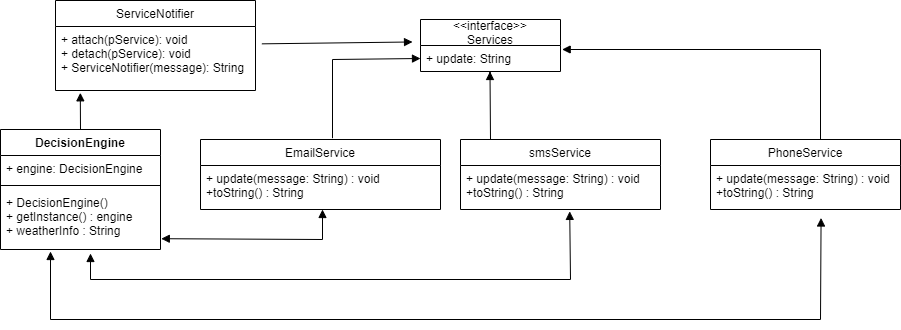
Earlier version of the draw.io export WeatherAlert2.png (jaypatel815/WeatherAlert2). Source tidied: cells renumbered, new cells last; positions are measured from the earlier drawing's top-left corner, leaving out a move shared by most shapes. The source it was exported from:
```xml
<mxGraphModel>
  <root>
    <mxCell id="0" />
    <mxCell id="1" parent="0" />
    <mxCell id="2" value="&lt;&lt;interface&gt;&gt;&#10;Services" style="swimlane;fontStyle=0;horizontal=1;startSize=26;fillColor=none;" parent="1" vertex="1">
      <mxGeometry x="420" y="19" width="140" height="52" as="geometry" />
    </mxCell>
    <mxCell id="3" value="+ update: String" style="text;strokeColor=none;fillColor=none;align=left;verticalAlign=top;spacingLeft=4;spacingRight=4;overflow=hidden;points=[[0,0.5],[1,0.5]];portConstraint=eastwest;" parent="2" vertex="1">
      <mxGeometry y="26" width="140" height="26" as="geometry" />
    </mxCell>
    <mxCell id="4" value="EmailService" style="swimlane;fontStyle=0;horizontal=1;startSize=26;fillColor=none;" parent="1" vertex="1">
      <mxGeometry x="200" y="139" width="240" height="70" as="geometry" />
    </mxCell>
    <mxCell id="5" value="+ update(message: String) : void&#10;+toString() : String" style="text;strokeColor=none;fillColor=none;align=left;verticalAlign=top;spacingLeft=4;spacingRight=4;overflow=hidden;" parent="4" vertex="1">
      <mxGeometry y="26" width="240" height="44" as="geometry" />
    </mxCell>
    <mxCell id="6" style="endArrow=block;startArrow=block;endFill=1;startFill=1;html=1;rounded=0;entryX=0.582;entryY=1.193;entryDx=0;entryDy=0;entryPerimeter=0;" parent="1" edge="1" target="19">
      <mxGeometry relative="1" as="geometry">
        <mxPoint x="50" y="251" as="sourcePoint" />
        <Array as="points">
          <mxPoint x="50" y="319" />
          <mxPoint x="820" y="319" />
        </Array>
      </mxGeometry>
    </mxCell>
    <mxCell id="7" style="endArrow=block;startArrow=block;endFill=1;startFill=1;html=1;rounded=0;entryX=0.546;entryY=1.043;entryDx=0;entryDy=0;entryPerimeter=0;" parent="1" edge="1" target="21">
      <mxGeometry relative="1" as="geometry">
        <mxPoint x="90" y="253" as="sourcePoint" />
        <Array as="points">
          <mxPoint x="90" y="279" />
          <mxPoint x="570" y="279" />
        </Array>
      </mxGeometry>
    </mxCell>
    <mxCell id="8" style="endArrow=block;startArrow=block;endFill=1;startFill=1;html=1;rounded=0;exitX=1.005;exitY=0.82;exitDx=0;exitDy=0;exitPerimeter=0;" parent="1" edge="1" source="17">
      <mxGeometry relative="1" as="geometry">
        <mxPoint x="322" y="209" as="targetPoint" />
        <Array as="points">
          <mxPoint x="322" y="239" />
        </Array>
      </mxGeometry>
    </mxCell>
    <mxCell id="9" style="html=1;verticalAlign=bottom;endArrow=block;exitX=0.55;exitY=-0.019;exitDx=0;exitDy=0;exitPerimeter=0;entryX=0;entryY=0.5;entryDx=0;entryDy=0;rounded=0;" parent="1" edge="1" source="4" target="3">
      <mxGeometry relative="1" as="geometry">
        <Array as="points">
          <mxPoint x="332" y="59" />
        </Array>
      </mxGeometry>
    </mxCell>
    <mxCell id="10" style="html=1;verticalAlign=bottom;endArrow=block;rounded=0;entryX=1.012;entryY=0.154;entryDx=0;entryDy=0;entryPerimeter=0;" parent="1" edge="1" target="3">
      <mxGeometry relative="1" as="geometry">
        <mxPoint x="820" y="139" as="sourcePoint" />
        <Array as="points">
          <mxPoint x="820" y="49" />
        </Array>
      </mxGeometry>
    </mxCell>
    <mxCell id="11" style="html=1;verticalAlign=bottom;endArrow=block;rounded=0;" parent="1" edge="1">
      <mxGeometry relative="1" as="geometry">
        <mxPoint x="490" y="139" as="sourcePoint" />
        <mxPoint x="489.5" y="71" as="targetPoint" />
        <Array as="points">
          <mxPoint x="489.5" y="72" />
        </Array>
      </mxGeometry>
    </mxCell>
    <mxCell id="12" value="ServiceNotifier" style="swimlane;fontStyle=0;horizontal=1;startSize=26;fillColor=none;" parent="1" vertex="1">
      <mxGeometry x="55" width="200" height="90" as="geometry" />
    </mxCell>
    <mxCell id="13" value="+ attach(pService): void&#10;+ detach(pService): void&#10;+ ServiceNotifier(message): String" style="text;strokeColor=none;fillColor=none;align=left;verticalAlign=top;spacingLeft=4;spacingRight=4;overflow=hidden;points=[[0,0.5],[1,0.5]];portConstraint=eastwest;" parent="12" vertex="1">
      <mxGeometry y="26" width="200" height="64" as="geometry" />
    </mxCell>
    <mxCell id="14" value="DecisionEngine" style="swimlane;fontStyle=1;align=center;verticalAlign=top;horizontal=1;startSize=26;" parent="1" vertex="1">
      <mxGeometry y="129" width="160" height="120" as="geometry" />
    </mxCell>
    <mxCell id="15" value="+ engine: DecisionEngine" style="text;strokeColor=none;fillColor=none;align=left;verticalAlign=top;spacingLeft=4;spacingRight=4;overflow=hidden;" parent="14" vertex="1">
      <mxGeometry y="26" width="160" height="26" as="geometry" />
    </mxCell>
    <mxCell id="16" style="line;strokeWidth=1;fillColor=none;align=left;verticalAlign=middle;spacingTop=-1;spacingLeft=3;spacingRight=3;labelPosition=right;" parent="14" vertex="1">
      <mxGeometry y="52" width="160" height="8" as="geometry" />
    </mxCell>
    <mxCell id="17" value="+ DecisionEngine()&#10;+ getInstance() : engine&#10;+ weatherInfo : String" style="text;strokeColor=none;fillColor=none;align=left;verticalAlign=top;spacingLeft=4;spacingRight=4;overflow=hidden;points=[[0,0.5],[1,0.5]];portConstraint=eastwest;" parent="14" vertex="1">
      <mxGeometry y="60" width="160" height="60" as="geometry" />
    </mxCell>
    <mxCell id="18" value="PhoneService" style="swimlane;fontStyle=0;horizontal=1;startSize=26;fillColor=none;" parent="1" vertex="1">
      <mxGeometry x="710" y="139" width="190" height="70" as="geometry" />
    </mxCell>
    <mxCell id="19" value="+ update(message: String) : void&#10;+toString() : String" style="text;strokeColor=none;fillColor=none;align=left;verticalAlign=top;spacingLeft=4;spacingRight=4;overflow=hidden;points=[[0,0.5],[1,0.5]];portConstraint=eastwest;" parent="18" vertex="1">
      <mxGeometry y="26" width="190" height="44" as="geometry" />
    </mxCell>
    <mxCell id="20" value="smsService" style="swimlane;fontStyle=0;horizontal=1;startSize=26;fillColor=none;" parent="1" vertex="1">
      <mxGeometry x="460" y="139" width="200" height="70" as="geometry" />
    </mxCell>
    <mxCell id="21" value="+ update(message: String) : void&#10;+toString() : String" style="text;strokeColor=none;fillColor=none;align=left;verticalAlign=top;spacingLeft=4;spacingRight=4;overflow=hidden;points=[[0,0.5],[1,0.5]];portConstraint=eastwest;" parent="20" vertex="1">
      <mxGeometry y="26" width="200" height="44" as="geometry" />
    </mxCell>
    <mxCell id="22" style="html=1;verticalAlign=bottom;endArrow=block;exitX=0.5;exitY=0;exitDx=0;exitDy=0;entryX=0.124;entryY=1.036;entryDx=0;entryDy=0;entryPerimeter=0;" parent="1" edge="1" source="14" target="13">
      <mxGeometry relative="1" as="geometry" />
    </mxCell>
    <mxCell id="23" style="html=1;verticalAlign=bottom;endArrow=block;exitX=1.032;exitY=0.271;exitDx=0;exitDy=0;entryX=-0.057;entryY=-0.136;entryDx=0;entryDy=0;entryPerimeter=0;exitPerimeter=0;" parent="1" edge="1" source="13" target="3">
      <mxGeometry relative="1" as="geometry" />
    </mxCell>
  </root>
</mxGraphModel>
```
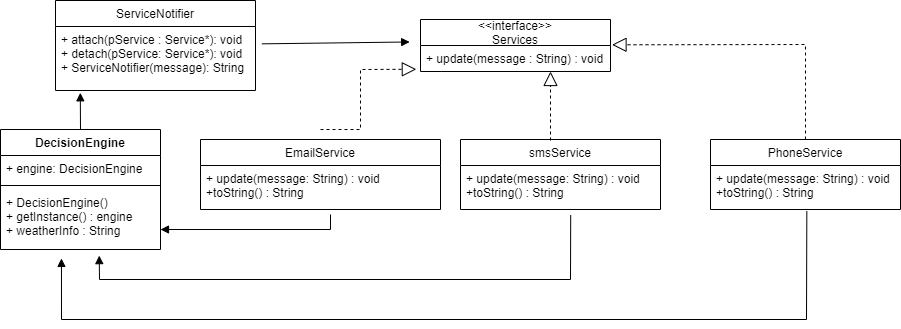
After the commit.

Commit message:
Updated UML diagram

What changed in the source:
```diff
@@ -3,10 +3,10 @@
     <mxCell id="0" />
     <mxCell id="1" parent="0" />
     <mxCell id="2" value="&lt;&lt;interface&gt;&gt;&#10;Services" style="swimlane;fontStyle=0;horizontal=1;startSize=26;fillColor=none;" parent="1" vertex="1">
-      <mxGeometry x="420" y="19" width="140" height="52" as="geometry" />
+      <mxGeometry x="420" y="19" width="190" height="52" as="geometry" />
     </mxCell>
-    <mxCell id="3" value="+ update: String" style="text;strokeColor=none;fillColor=none;align=left;verticalAlign=top;spacingLeft=4;spacingRight=4;overflow=hidden;points=[[0,0.5],[1,0.5]];portConstraint=eastwest;" parent="2" vertex="1">
-      <mxGeometry y="26" width="140" height="26" as="geometry" />
+    <mxCell id="3" value="+ update(message : String) : void" style="text;strokeColor=none;fillColor=none;align=left;verticalAlign=top;spacingLeft=4;spacingRight=4;overflow=hidden;points=[[0,0.5],[1,0.5]];portConstraint=eastwest;" parent="2" vertex="1">
+      <mxGeometry y="26" width="190" height="26" as="geometry" />
     </mxCell>
     <mxCell id="4" value="EmailService" style="swimlane;fontStyle=0;horizontal=1;startSize=26;fillColor=none;" parent="1" vertex="1">
       <mxGeometry x="200" y="139" width="240" height="70" as="geometry" />
@@ -14,60 +14,10 @@
     <mxCell id="5" value="+ update(message: String) : void&#10;+toString() : String" style="text;strokeColor=none;fillColor=none;align=left;verticalAlign=top;spacingLeft=4;spacingRight=4;overflow=hidden;" parent="4" vertex="1">
       <mxGeometry y="26" width="240" height="44" as="geometry" />
     </mxCell>
-    <mxCell id="6" style="endArrow=block;startArrow=block;endFill=1;startFill=1;html=1;rounded=0;entryX=0.582;entryY=1.193;entryDx=0;entryDy=0;entryPerimeter=0;" parent="1" edge="1" target="19">
-      <mxGeometry relative="1" as="geometry">
-        <mxPoint x="50" y="251" as="sourcePoint" />
-        <Array as="points">
-          <mxPoint x="50" y="319" />
-          <mxPoint x="820" y="319" />
-        </Array>
-      </mxGeometry>
-    </mxCell>
-    <mxCell id="7" style="endArrow=block;startArrow=block;endFill=1;startFill=1;html=1;rounded=0;entryX=0.546;entryY=1.043;entryDx=0;entryDy=0;entryPerimeter=0;" parent="1" edge="1" target="21">
-      <mxGeometry relative="1" as="geometry">
-        <mxPoint x="90" y="253" as="sourcePoint" />
-        <Array as="points">
-          <mxPoint x="90" y="279" />
-          <mxPoint x="570" y="279" />
-        </Array>
-      </mxGeometry>
-    </mxCell>
-    <mxCell id="8" style="endArrow=block;startArrow=block;endFill=1;startFill=1;html=1;rounded=0;exitX=1.005;exitY=0.82;exitDx=0;exitDy=0;exitPerimeter=0;" parent="1" edge="1" source="17">
-      <mxGeometry relative="1" as="geometry">
-        <mxPoint x="322" y="209" as="targetPoint" />
-        <Array as="points">
-          <mxPoint x="322" y="239" />
-        </Array>
-      </mxGeometry>
-    </mxCell>
-    <mxCell id="9" style="html=1;verticalAlign=bottom;endArrow=block;exitX=0.55;exitY=-0.019;exitDx=0;exitDy=0;exitPerimeter=0;entryX=0;entryY=0.5;entryDx=0;entryDy=0;rounded=0;" parent="1" edge="1" source="4" target="3">
-      <mxGeometry relative="1" as="geometry">
-        <Array as="points">
-          <mxPoint x="332" y="59" />
-        </Array>
-      </mxGeometry>
-    </mxCell>
-    <mxCell id="10" style="html=1;verticalAlign=bottom;endArrow=block;rounded=0;entryX=1.012;entryY=0.154;entryDx=0;entryDy=0;entryPerimeter=0;" parent="1" edge="1" target="3">
-      <mxGeometry relative="1" as="geometry">
-        <mxPoint x="820" y="139" as="sourcePoint" />
-        <Array as="points">
-          <mxPoint x="820" y="49" />
-        </Array>
-      </mxGeometry>
-    </mxCell>
-    <mxCell id="11" style="html=1;verticalAlign=bottom;endArrow=block;rounded=0;" parent="1" edge="1">
-      <mxGeometry relative="1" as="geometry">
-        <mxPoint x="490" y="139" as="sourcePoint" />
-        <mxPoint x="489.5" y="71" as="targetPoint" />
-        <Array as="points">
-          <mxPoint x="489.5" y="72" />
-        </Array>
-      </mxGeometry>
-    </mxCell>
     <mxCell id="12" value="ServiceNotifier" style="swimlane;fontStyle=0;horizontal=1;startSize=26;fillColor=none;" parent="1" vertex="1">
       <mxGeometry x="55" width="200" height="90" as="geometry" />
     </mxCell>
-    <mxCell id="13" value="+ attach(pService): void&#10;+ detach(pService): void&#10;+ ServiceNotifier(message): String" style="text;strokeColor=none;fillColor=none;align=left;verticalAlign=top;spacingLeft=4;spacingRight=4;overflow=hidden;points=[[0,0.5],[1,0.5]];portConstraint=eastwest;" parent="12" vertex="1">
+    <mxCell id="13" value="+ attach(pService : Service*): void&#10;+ detach(pService: Service*): void&#10;+ ServiceNotifier(message): String" style="text;strokeColor=none;fillColor=none;align=left;verticalAlign=top;spacingLeft=4;spacingRight=4;overflow=hidden;points=[[0,0.5],[1,0.5]];portConstraint=eastwest;" parent="12" vertex="1">
       <mxGeometry y="26" width="200" height="64" as="geometry" />
     </mxCell>
     <mxCell id="14" value="DecisionEngine" style="swimlane;fontStyle=1;align=center;verticalAlign=top;horizontal=1;startSize=26;" parent="1" vertex="1">
@@ -100,5 +50,53 @@
     <mxCell id="23" style="html=1;verticalAlign=bottom;endArrow=block;exitX=1.032;exitY=0.271;exitDx=0;exitDy=0;entryX=-0.057;entryY=-0.136;entryDx=0;entryDy=0;entryPerimeter=0;exitPerimeter=0;" parent="1" edge="1" source="13" target="3">
       <mxGeometry relative="1" as="geometry" />
     </mxCell>
+    <mxCell id="24" style="html=1;verticalAlign=bottom;endArrow=block;entryX=0.381;entryY=1.149;entryDx=0;entryDy=0;entryPerimeter=0;exitX=0.507;exitY=1.043;exitDx=0;exitDy=0;exitPerimeter=0;rounded=0;" parent="1" edge="1" source="19" target="17">
+      <mxGeometry relative="1" as="geometry">
+        <Array as="points">
+          <mxPoint x="806" y="319" />
+          <mxPoint x="61" y="319" />
+        </Array>
+      </mxGeometry>
+    </mxCell>
+    <mxCell id="25" style="html=1;verticalAlign=bottom;endArrow=block;exitX=0.551;exitY=1.128;exitDx=0;exitDy=0;exitPerimeter=0;entryX=0.617;entryY=1.102;entryDx=0;entryDy=0;entryPerimeter=0;rounded=0;" parent="1" edge="1" source="21" target="17">
+      <mxGeometry relative="1" as="geometry">
+        <Array as="points">
+          <mxPoint x="570" y="279" />
+          <mxPoint x="99" y="279" />
+        </Array>
+      </mxGeometry>
+    </mxCell>
+    <mxCell id="26" style="html=1;verticalAlign=bottom;endArrow=block;rounded=0;" parent="1" edge="1">
+      <mxGeometry relative="1" as="geometry">
+        <mxPoint x="330" y="214" as="sourcePoint" />
+        <mxPoint x="160" y="229" as="targetPoint" />
+        <Array as="points">
+          <mxPoint x="330" y="229" />
+        </Array>
+      </mxGeometry>
+    </mxCell>
+    <mxCell id="27" style="endArrow=block;dashed=1;endFill=0;endSize=12;html=1;entryX=-0.022;entryY=0.914;entryDx=0;entryDy=0;entryPerimeter=0;rounded=0;" parent="1" edge="1" target="3">
+      <mxGeometry relative="1" as="geometry">
+        <mxPoint x="320" y="129" as="sourcePoint" />
+        <Array as="points">
+          <mxPoint x="360" y="129" />
+          <mxPoint x="360" y="69" />
+        </Array>
+      </mxGeometry>
+    </mxCell>
+    <mxCell id="28" style="endArrow=block;dashed=1;endFill=0;endSize=12;html=1;entryX=1.008;entryY=-0.027;entryDx=0;entryDy=0;entryPerimeter=0;rounded=0;exitX=0.5;exitY=0;exitDx=0;exitDy=0;" parent="1" edge="1" source="18" target="3">
+      <mxGeometry relative="1" as="geometry">
+        <Array as="points">
+          <mxPoint x="805" y="69" />
+          <mxPoint x="805" y="44" />
+        </Array>
+      </mxGeometry>
+    </mxCell>
+    <mxCell id="29" style="endArrow=block;dashed=1;endFill=0;endSize=12;html=1;rounded=0;" parent="1" edge="1">
+      <mxGeometry relative="1" as="geometry">
+        <mxPoint x="550" y="140" as="sourcePoint" />
+        <mxPoint x="550" y="71" as="targetPoint" />
+      </mxGeometry>
+    </mxCell>
   </root>
 </mxGraphModel>
```
